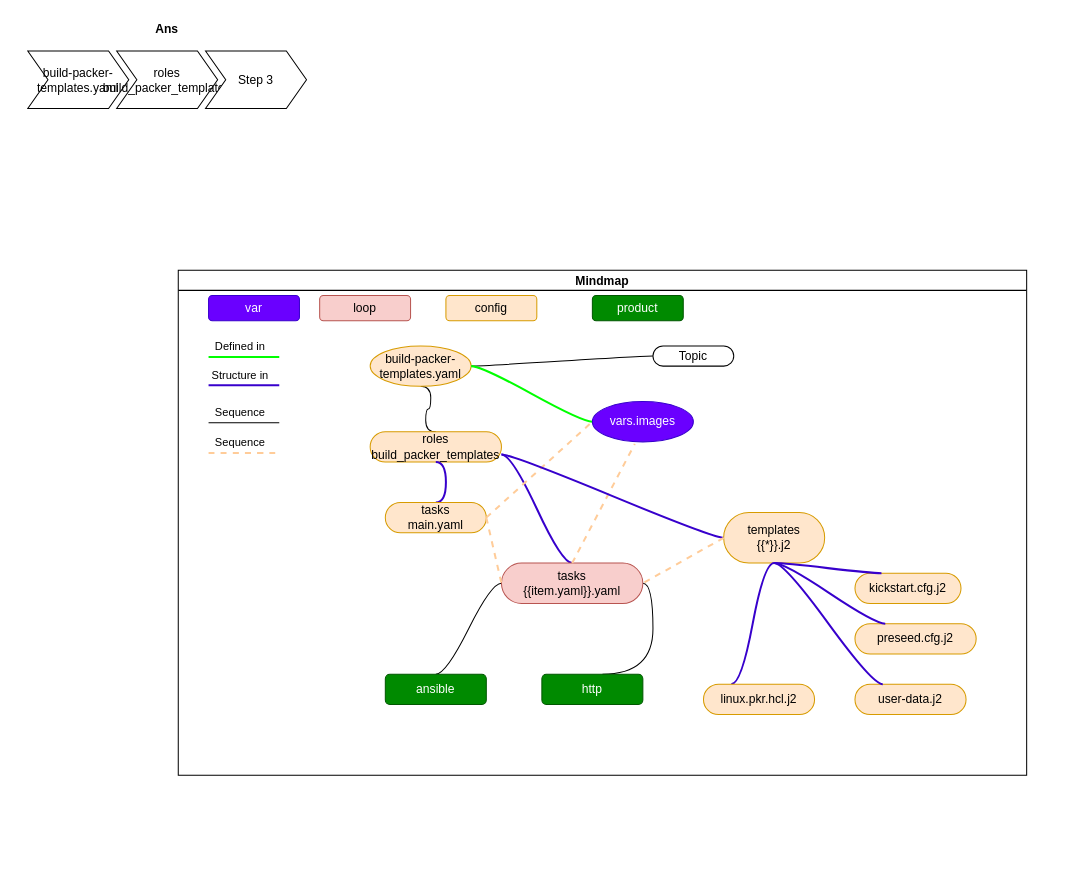
ShaoOrg/bulletin keeps this draw.io diagram as page "ansible-playbook" (3 of 3) of docs/tips/drawio/packer.drawio. Above is the earlier version. Source tidied: cells renumbered, new cells numbered last; positions are measured from the earlier drawing's top-left corner, leaving out a move shared by most shapes. Both pictures are drawn from the tidied source at 101%, with x=0, y=0 at pixel (17, 17).
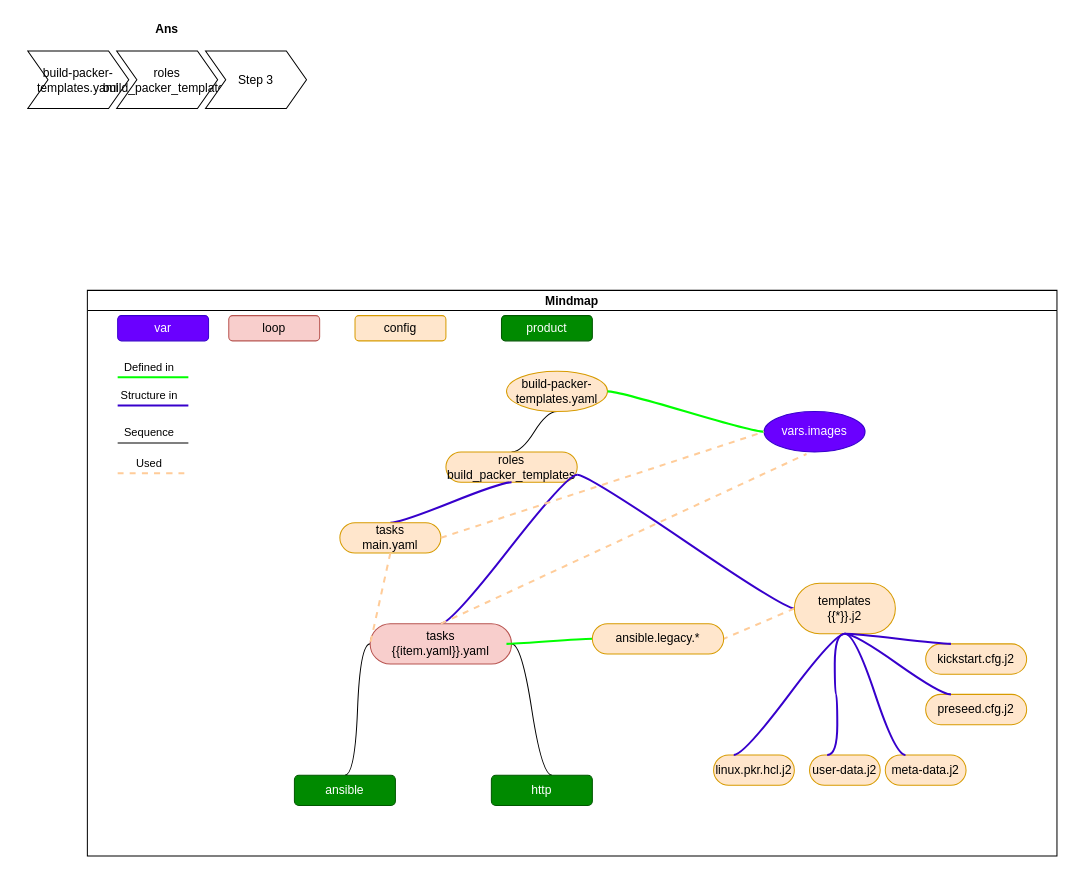
After the change.

Commit message:
NOCR: committed by shell from SSZ-HTPC

Unchanged cells that the change refers to:
```xml
<mxCell id="38" style="edgeStyle=entityRelationEdgeStyle;html=1;startArrow=none;endArrow=none;segment=10;sourcePerimeterSpacing=0;targetPerimeterSpacing=0;strokeColor=#FFCC99;fillColor=#6a00ff;strokeWidth=2;rounded=1;dashed=1;" parent="6" edge="1">
  <mxGeometry relative="1" as="geometry">
    <mxPoint x="30" y="181" as="sourcePoint" />
    <mxPoint x="100" y="181" as="targetPoint" />
  </mxGeometry>
</mxCell>
```

The edit, as a diff of the source:
```diff
@@
     <mxCell id="6" value="Mindmap" style="swimlane;startSize=20;horizontal=1;containerType=tree;" parent="1" vertex="1">
-      <mxGeometry x="159" y="250" width="840" height="500" as="geometry" />
+      <mxGeometry x="69" y="270" width="960" height="560" as="geometry" />
     </mxCell>
-    <mxCell id="7" style="edgeStyle=entityRelationEdgeStyle;startArrow=none;endArrow=none;segment=10;curved=1;sourcePerimeterSpacing=0;targetPerimeterSpacing=0;" parent="6" edge="1" source="9" target="10">
-      <mxGeometry relative="1" as="geometry" />
-    </mxCell>
@@
     <mxCell id="9" value="build-packer-templates.yaml" style="ellipse;whiteSpace=wrap;html=1;align=center;newEdgeStyle={&quot;edgeStyle&quot;:&quot;entityRelationEdgeStyle&quot;,&quot;startArrow&quot;:&quot;none&quot;,&quot;endArrow&quot;:&quot;none&quot;,&quot;segment&quot;:10,&quot;curved&quot;:1,&quot;sourcePerimeterSpacing&quot;:0,&quot;targetPerimeterSpacing&quot;:0};fillColor=#ffe6cc;strokeColor=#d79b00;rounded=1;" parent="6" vertex="1">
-      <mxGeometry x="190" y="75" width="100" height="40" as="geometry" />
+      <mxGeometry x="415" y="80" width="100" height="40" as="geometry" />
     </mxCell>
-    <mxCell id="10" value="Topic" style="whiteSpace=wrap;html=1;rounded=1;arcSize=50;align=center;verticalAlign=middle;strokeWidth=1;spacing=4;newEdgeStyle={&quot;edgeStyle&quot;:&quot;entityRelationEdgeStyle&quot;,&quot;startArrow&quot;:&quot;none&quot;,&quot;endArrow&quot;:&quot;none&quot;,&quot;segment&quot;:10,&quot;curved&quot;:1,&quot;sourcePerimeterSpacing&quot;:0,&quot;targetPerimeterSpacing&quot;:0};" parent="6" vertex="1">
-      <mxGeometry x="470" y="75" width="80" height="20" as="geometry" />
-    </mxCell>
     <mxCell id="11" value="roles&lt;br style=&quot;border-color: var(--border-color);&quot;&gt;build_packer_templates" style="whiteSpace=wrap;html=1;rounded=1;arcSize=50;align=center;verticalAlign=middle;strokeWidth=1;spacing=4;newEdgeStyle={&quot;edgeStyle&quot;:&quot;entityRelationEdgeStyle&quot;,&quot;startArrow&quot;:&quot;none&quot;,&quot;endArrow&quot;:&quot;none&quot;,&quot;segment&quot;:10,&quot;curved&quot;:1,&quot;sourcePerimeterSpacing&quot;:0,&quot;targetPerimeterSpacing&quot;:0};fillColor=#ffe6cc;strokeColor=#d79b00;" parent="6" vertex="1">
-      <mxGeometry x="190" y="160" width="130" height="30" as="geometry" />
+      <mxGeometry x="355" y="160" width="130" height="30" as="geometry" />
     </mxCell>
@@
     <mxCell id="13" value="vars.images" style="ellipse;whiteSpace=wrap;html=1;align=center;newEdgeStyle={&quot;edgeStyle&quot;:&quot;entityRelationEdgeStyle&quot;,&quot;startArrow&quot;:&quot;none&quot;,&quot;endArrow&quot;:&quot;none&quot;,&quot;segment&quot;:10,&quot;curved&quot;:1,&quot;sourcePerimeterSpacing&quot;:0,&quot;targetPerimeterSpacing&quot;:0};fillColor=#6a00ff;fontColor=#ffffff;strokeColor=#3700CC;" parent="6" vertex="1">
-      <mxGeometry x="410" y="130" width="100" height="40" as="geometry" />
+      <mxGeometry x="670" y="120" width="100" height="40" as="geometry" />
     </mxCell>
@@
     <mxCell id="15" value="tasks&lt;br&gt;main.yaml" style="whiteSpace=wrap;html=1;rounded=1;arcSize=50;align=center;verticalAlign=middle;strokeWidth=1;spacing=4;newEdgeStyle={&quot;edgeStyle&quot;:&quot;entityRelationEdgeStyle&quot;,&quot;startArrow&quot;:&quot;none&quot;,&quot;endArrow&quot;:&quot;none&quot;,&quot;segment&quot;:10,&quot;curved&quot;:1,&quot;sourcePerimeterSpacing&quot;:0,&quot;targetPerimeterSpacing&quot;:0};fillColor=#ffe6cc;strokeColor=#d79b00;" parent="6" vertex="1">
-      <mxGeometry x="205" y="230" width="100" height="30" as="geometry" />
+      <mxGeometry x="250" y="230" width="100" height="30" as="geometry" />
     </mxCell>
@@
     <mxCell id="19" value="tasks&lt;br&gt;{{item.yaml}}.yaml" style="whiteSpace=wrap;html=1;rounded=1;arcSize=50;align=center;verticalAlign=middle;strokeWidth=1;spacing=4;newEdgeStyle={&quot;edgeStyle&quot;:&quot;entityRelationEdgeStyle&quot;,&quot;startArrow&quot;:&quot;none&quot;,&quot;endArrow&quot;:&quot;none&quot;,&quot;segment&quot;:10,&quot;curved&quot;:1,&quot;sourcePerimeterSpacing&quot;:0,&quot;targetPerimeterSpacing&quot;:0};fillColor=#f8cecc;strokeColor=#b85450;" parent="6" vertex="1">
-      <mxGeometry x="320" y="290" width="140" height="40" as="geometry" />
+      <mxGeometry x="280" y="330" width="140" height="40" as="geometry" />
     </mxCell>
@@
-    <mxCell id="25" style="endArrow=none;dashed=1;html=1;entryX=0;entryY=0.5;entryDx=0;entryDy=0;exitX=1;exitY=0.5;exitDx=0;exitDy=0;strokeColor=#FFCC99;startArrow=none;sourcePerimeterSpacing=0;targetPerimeterSpacing=0;fillColor=#6a00ff;strokeWidth=2;" parent="6" edge="1" source="15" target="19">
+    <mxCell id="25" style="endArrow=none;dashed=1;html=1;entryX=0;entryY=0.5;entryDx=0;entryDy=0;exitX=0.5;exitY=1;exitDx=0;exitDy=0;strokeColor=#FFCC99;startArrow=none;sourcePerimeterSpacing=0;targetPerimeterSpacing=0;fillColor=#6a00ff;strokeWidth=2;" parent="6" edge="1" source="15" target="19">
       <mxGeometry relative="1" as="geometry" />
     </mxCell>
@@
-    <mxCell id="27" value="templates&lt;br&gt;{{*}}.j2" style="whiteSpace=wrap;html=1;rounded=1;arcSize=50;align=center;verticalAlign=middle;strokeWidth=1;spacing=4;newEdgeStyle={&quot;edgeStyle&quot;:&quot;entityRelationEdgeStyle&quot;,&quot;startArrow&quot;:&quot;none&quot;,&quot;endArrow&quot;:&quot;none&quot;,&quot;segment&quot;:10,&quot;curved&quot;:1,&quot;sourcePerimeterSpacing&quot;:0,&quot;targetPerimeterSpacing&quot;:0};fillColor=#ffe6cc;strokeColor=#d79b00;" parent="6" vertex="1">
-      <mxGeometry x="540" y="240" width="100" height="50" as="geometry" />
-    </mxCell>
-    <mxCell id="28" style="endArrow=none;dashed=1;html=1;entryX=1;entryY=0.5;entryDx=0;entryDy=0;exitX=0;exitY=0.5;exitDx=0;exitDy=0;strokeColor=#FFCC99;startArrow=none;sourcePerimeterSpacing=0;targetPerimeterSpacing=0;fillColor=#6a00ff;strokeWidth=2;" parent="6" edge="1" source="27" target="19">
+    <mxCell id="28" style="endArrow=none;dashed=1;html=1;exitX=0;exitY=0.5;exitDx=0;exitDy=0;strokeColor=#FFCC99;startArrow=none;sourcePerimeterSpacing=0;targetPerimeterSpacing=0;fillColor=#6a00ff;strokeWidth=2;entryX=1;entryY=0.5;entryDx=0;entryDy=0;" parent="6" edge="1" source="27" target="49">
       <mxGeometry relative="1" as="geometry" />
     </mxCell>
@@
     <mxCell id="30" value="ansible" style="rounded=1;whiteSpace=wrap;html=1;fillColor=#008a00;strokeColor=#005700;fontColor=#ffffff;" parent="6" vertex="1">
-      <mxGeometry x="205" y="400" width="100" height="30" as="geometry" />
+      <mxGeometry x="205" y="480" width="100" height="30" as="geometry" />
     </mxCell>
     <mxCell id="31" value="http" style="rounded=1;whiteSpace=wrap;html=1;fillColor=#008a00;strokeColor=#005700;fontColor=#ffffff;" parent="6" vertex="1">
-      <mxGeometry x="360" y="400" width="100" height="30" as="geometry" />
+      <mxGeometry x="400" y="480" width="100" height="30" as="geometry" />
     </mxCell>
@@
-    <mxCell id="39" value="Sequence" style="edgeLabel;html=1;align=center;verticalAlign=middle;" parent="38" vertex="1">
+    <mxCell id="39" value="Used" style="edgeLabel;html=1;align=center;verticalAlign=middle;" parent="38" vertex="1">
       <mxGeometry x="0.39" y="4" relative="1" as="geometry">
         <mxPoint x="-19" y="-7" as="offset" />
       </mxGeometry>
     </mxCell>
-    <mxCell id="40" style="edgeStyle=entityRelationEdgeStyle;startArrow=none;endArrow=none;segment=10;curved=1;sourcePerimeterSpacing=0;targetPerimeterSpacing=0;exitX=0.5;exitY=1;exitDx=0;exitDy=0;entryX=0.25;entryY=0;entryDx=0;entryDy=0;strokeColor=#3700CC;fillColor=#6a00ff;strokeWidth=2;" parent="6" edge="1" source="27" target="41">
-      <mxGeometry relative="1" as="geometry" />
-    </mxCell>
+    <mxCell id="48" style="edgeStyle=entityRelationEdgeStyle;startArrow=none;endArrow=none;segment=10;curved=1;sourcePerimeterSpacing=0;targetPerimeterSpacing=0;strokeColor=#00FF00;fillColor=#6a00ff;strokeWidth=2;exitX=0.964;exitY=0.5;exitDx=0;exitDy=0;exitPerimeter=0;" parent="6" edge="1" source="19" target="49">
+      <mxGeometry relative="1" as="geometry" />
+    </mxCell>
+    <mxCell id="49" value="ansible.legacy.*" style="whiteSpace=wrap;html=1;rounded=1;arcSize=50;align=center;verticalAlign=middle;strokeWidth=1;spacing=4;newEdgeStyle={&quot;edgeStyle&quot;:&quot;entityRelationEdgeStyle&quot;,&quot;startArrow&quot;:&quot;none&quot;,&quot;endArrow&quot;:&quot;none&quot;,&quot;segment&quot;:10,&quot;curved&quot;:1,&quot;sourcePerimeterSpacing&quot;:0,&quot;targetPerimeterSpacing&quot;:0};fillColor=#ffe6cc;strokeColor=#d79b00;" parent="6" vertex="1">
+      <mxGeometry x="500" y="330" width="130" height="30" as="geometry" />
+    </mxCell>
+    <mxCell id="50" style="group;" parent="6" vertex="1">
+      <mxGeometry x="620" y="290" width="310" height="200" as="geometry" />
+    </mxCell>
+    <mxCell id="27" value="templates&lt;br&gt;{{*}}.j2" style="whiteSpace=wrap;html=1;rounded=1;arcSize=50;align=center;verticalAlign=middle;strokeWidth=1;spacing=4;newEdgeStyle={&quot;edgeStyle&quot;:&quot;entityRelationEdgeStyle&quot;,&quot;startArrow&quot;:&quot;none&quot;,&quot;endArrow&quot;:&quot;none&quot;,&quot;segment&quot;:10,&quot;curved&quot;:1,&quot;sourcePerimeterSpacing&quot;:0,&quot;targetPerimeterSpacing&quot;:0};fillColor=#ffe6cc;strokeColor=#d79b00;" parent="50" vertex="1">
+      <mxGeometry x="80" width="100" height="50" as="geometry" />
+    </mxCell>
-    <mxCell id="41" value="linux.pkr.hcl.j2" style="whiteSpace=wrap;html=1;rounded=1;arcSize=50;align=center;verticalAlign=middle;strokeWidth=1;spacing=4;newEdgeStyle={&quot;edgeStyle&quot;:&quot;entityRelationEdgeStyle&quot;,&quot;startArrow&quot;:&quot;none&quot;,&quot;endArrow&quot;:&quot;none&quot;,&quot;segment&quot;:10,&quot;curved&quot;:1,&quot;sourcePerimeterSpacing&quot;:0,&quot;targetPerimeterSpacing&quot;:0};fillColor=#ffe6cc;strokeColor=#d79b00;" parent="6" vertex="1">
-      <mxGeometry x="520" y="410" width="110" height="30" as="geometry" />
+    <mxCell id="41" value="linux.pkr.hcl.j2" style="whiteSpace=wrap;html=1;rounded=1;arcSize=50;align=center;verticalAlign=middle;strokeWidth=1;spacing=4;newEdgeStyle={&quot;edgeStyle&quot;:&quot;entityRelationEdgeStyle&quot;,&quot;startArrow&quot;:&quot;none&quot;,&quot;endArrow&quot;:&quot;none&quot;,&quot;segment&quot;:10,&quot;curved&quot;:1,&quot;sourcePerimeterSpacing&quot;:0,&quot;targetPerimeterSpacing&quot;:0};fillColor=#ffe6cc;strokeColor=#d79b00;" parent="50" vertex="1">
+      <mxGeometry y="170" width="80" height="30" as="geometry" />
     </mxCell>
-    <mxCell id="42" value="kickstart.cfg.j2" style="whiteSpace=wrap;html=1;rounded=1;arcSize=50;align=center;verticalAlign=middle;strokeWidth=1;spacing=4;newEdgeStyle={&quot;edgeStyle&quot;:&quot;entityRelationEdgeStyle&quot;,&quot;startArrow&quot;:&quot;none&quot;,&quot;endArrow&quot;:&quot;none&quot;,&quot;segment&quot;:10,&quot;curved&quot;:1,&quot;sourcePerimeterSpacing&quot;:0,&quot;targetPerimeterSpacing&quot;:0};fillColor=#ffe6cc;strokeColor=#d79b00;" parent="6" vertex="1">
-      <mxGeometry x="670" y="300" width="105" height="30" as="geometry" />
+    <mxCell id="42" value="kickstart.cfg.j2" style="whiteSpace=wrap;html=1;rounded=1;arcSize=50;align=center;verticalAlign=middle;strokeWidth=1;spacing=4;newEdgeStyle={&quot;edgeStyle&quot;:&quot;entityRelationEdgeStyle&quot;,&quot;startArrow&quot;:&quot;none&quot;,&quot;endArrow&quot;:&quot;none&quot;,&quot;segment&quot;:10,&quot;curved&quot;:1,&quot;sourcePerimeterSpacing&quot;:0,&quot;targetPerimeterSpacing&quot;:0};fillColor=#ffe6cc;strokeColor=#d79b00;" parent="50" vertex="1">
+      <mxGeometry x="210" y="60" width="100" height="30" as="geometry" />
     </mxCell>
+    <mxCell id="44" value="preseed.cfg.j2" style="whiteSpace=wrap;html=1;rounded=1;arcSize=50;align=center;verticalAlign=middle;strokeWidth=1;spacing=4;newEdgeStyle={&quot;edgeStyle&quot;:&quot;entityRelationEdgeStyle&quot;,&quot;startArrow&quot;:&quot;none&quot;,&quot;endArrow&quot;:&quot;none&quot;,&quot;segment&quot;:10,&quot;curved&quot;:1,&quot;sourcePerimeterSpacing&quot;:0,&quot;targetPerimeterSpacing&quot;:0};fillColor=#ffe6cc;strokeColor=#d79b00;" parent="50" vertex="1">
+      <mxGeometry x="210" y="110" width="100" height="30" as="geometry" />
+    </mxCell>
+    <mxCell id="46" value="user-data.j2" style="whiteSpace=wrap;html=1;rounded=1;arcSize=50;align=center;verticalAlign=middle;strokeWidth=1;spacing=4;newEdgeStyle={&quot;edgeStyle&quot;:&quot;entityRelationEdgeStyle&quot;,&quot;startArrow&quot;:&quot;none&quot;,&quot;endArrow&quot;:&quot;none&quot;,&quot;segment&quot;:10,&quot;curved&quot;:1,&quot;sourcePerimeterSpacing&quot;:0,&quot;targetPerimeterSpacing&quot;:0};fillColor=#ffe6cc;strokeColor=#d79b00;" parent="50" vertex="1">
+      <mxGeometry x="95" y="170" width="70" height="30" as="geometry" />
+    </mxCell>
+    <mxCell id="51" value="meta-data.j2" style="whiteSpace=wrap;html=1;rounded=1;arcSize=50;align=center;verticalAlign=middle;strokeWidth=1;spacing=4;newEdgeStyle={&quot;edgeStyle&quot;:&quot;entityRelationEdgeStyle&quot;,&quot;startArrow&quot;:&quot;none&quot;,&quot;endArrow&quot;:&quot;none&quot;,&quot;segment&quot;:10,&quot;curved&quot;:1,&quot;sourcePerimeterSpacing&quot;:0,&quot;targetPerimeterSpacing&quot;:0};fillColor=#ffe6cc;strokeColor=#d79b00;" parent="50" vertex="1">
+      <mxGeometry x="170" y="170" width="80" height="30" as="geometry" />
+    </mxCell>
+    <mxCell id="40" style="edgeStyle=entityRelationEdgeStyle;startArrow=none;endArrow=none;segment=10;curved=1;sourcePerimeterSpacing=0;targetPerimeterSpacing=0;exitX=0.5;exitY=1;exitDx=0;exitDy=0;entryX=0.25;entryY=0;entryDx=0;entryDy=0;strokeColor=#3700CC;fillColor=#6a00ff;strokeWidth=2;" parent="50" edge="1" source="27" target="41">
+      <mxGeometry relative="1" as="geometry" />
+    </mxCell>
-    <mxCell id="43" style="edgeStyle=entityRelationEdgeStyle;startArrow=none;endArrow=none;segment=10;curved=1;sourcePerimeterSpacing=0;targetPerimeterSpacing=0;exitX=0.5;exitY=1;exitDx=0;exitDy=0;entryX=0.25;entryY=0;entryDx=0;entryDy=0;strokeColor=#3700CC;fillColor=#6a00ff;strokeWidth=2;" parent="6" edge="1" source="27" target="42">
+    <mxCell id="43" style="edgeStyle=entityRelationEdgeStyle;startArrow=none;endArrow=none;segment=10;curved=1;sourcePerimeterSpacing=0;targetPerimeterSpacing=0;exitX=0.5;exitY=1;exitDx=0;exitDy=0;entryX=0.25;entryY=0;entryDx=0;entryDy=0;strokeColor=#3700CC;fillColor=#6a00ff;strokeWidth=2;" parent="50" edge="1" source="27" target="42">
       <mxGeometry relative="1" as="geometry" />
     </mxCell>
-    <mxCell id="44" value="preseed.cfg.j2" style="whiteSpace=wrap;html=1;rounded=1;arcSize=50;align=center;verticalAlign=middle;strokeWidth=1;spacing=4;newEdgeStyle={&quot;edgeStyle&quot;:&quot;entityRelationEdgeStyle&quot;,&quot;startArrow&quot;:&quot;none&quot;,&quot;endArrow&quot;:&quot;none&quot;,&quot;segment&quot;:10,&quot;curved&quot;:1,&quot;sourcePerimeterSpacing&quot;:0,&quot;targetPerimeterSpacing&quot;:0};fillColor=#ffe6cc;strokeColor=#d79b00;" parent="6" vertex="1">
-      <mxGeometry x="670" y="350" width="120" height="30" as="geometry" />
-    </mxCell>
-    <mxCell id="45" style="edgeStyle=entityRelationEdgeStyle;startArrow=none;endArrow=none;segment=10;curved=1;sourcePerimeterSpacing=0;targetPerimeterSpacing=0;exitX=0.5;exitY=1;exitDx=0;exitDy=0;entryX=0.25;entryY=0;entryDx=0;entryDy=0;strokeColor=#3700CC;fillColor=#6a00ff;strokeWidth=2;" parent="6" edge="1" source="27" target="44">
+    <mxCell id="45" style="edgeStyle=entityRelationEdgeStyle;startArrow=none;endArrow=none;segment=10;curved=1;sourcePerimeterSpacing=0;targetPerimeterSpacing=0;exitX=0.5;exitY=1;exitDx=0;exitDy=0;entryX=0.25;entryY=0;entryDx=0;entryDy=0;strokeColor=#3700CC;fillColor=#6a00ff;strokeWidth=2;" parent="50" edge="1" source="27" target="44">
       <mxGeometry relative="1" as="geometry" />
     </mxCell>
-    <mxCell id="46" value="user-data.j2" style="whiteSpace=wrap;html=1;rounded=1;arcSize=50;align=center;verticalAlign=middle;strokeWidth=1;spacing=4;newEdgeStyle={&quot;edgeStyle&quot;:&quot;entityRelationEdgeStyle&quot;,&quot;startArrow&quot;:&quot;none&quot;,&quot;endArrow&quot;:&quot;none&quot;,&quot;segment&quot;:10,&quot;curved&quot;:1,&quot;sourcePerimeterSpacing&quot;:0,&quot;targetPerimeterSpacing&quot;:0};fillColor=#ffe6cc;strokeColor=#d79b00;" parent="6" vertex="1">
-      <mxGeometry x="670" y="410" width="110" height="30" as="geometry" />
-    </mxCell>
-    <mxCell id="47" style="edgeStyle=entityRelationEdgeStyle;startArrow=none;endArrow=none;segment=10;curved=1;sourcePerimeterSpacing=0;targetPerimeterSpacing=0;exitX=0.5;exitY=1;exitDx=0;exitDy=0;entryX=0.25;entryY=0;entryDx=0;entryDy=0;strokeColor=#3700CC;fillColor=#6a00ff;strokeWidth=2;" parent="6" edge="1" source="27" target="46">
+    <mxCell id="47" style="edgeStyle=entityRelationEdgeStyle;startArrow=none;endArrow=none;segment=10;curved=1;sourcePerimeterSpacing=0;targetPerimeterSpacing=0;exitX=0.5;exitY=1;exitDx=0;exitDy=0;entryX=0.25;entryY=0;entryDx=0;entryDy=0;strokeColor=#3700CC;fillColor=#6a00ff;strokeWidth=2;" parent="50" edge="1" source="27" target="46">
       <mxGeometry relative="1" as="geometry" />
     </mxCell>
+    <mxCell id="52" style="edgeStyle=entityRelationEdgeStyle;startArrow=none;endArrow=none;segment=10;curved=1;sourcePerimeterSpacing=0;targetPerimeterSpacing=0;exitX=0.5;exitY=1;exitDx=0;exitDy=0;entryX=0.25;entryY=0;entryDx=0;entryDy=0;strokeColor=#3700CC;fillColor=#6a00ff;strokeWidth=2;" parent="50" edge="1" source="27" target="51">
+      <mxGeometry relative="1" as="geometry" />
+    </mxCell>
```
